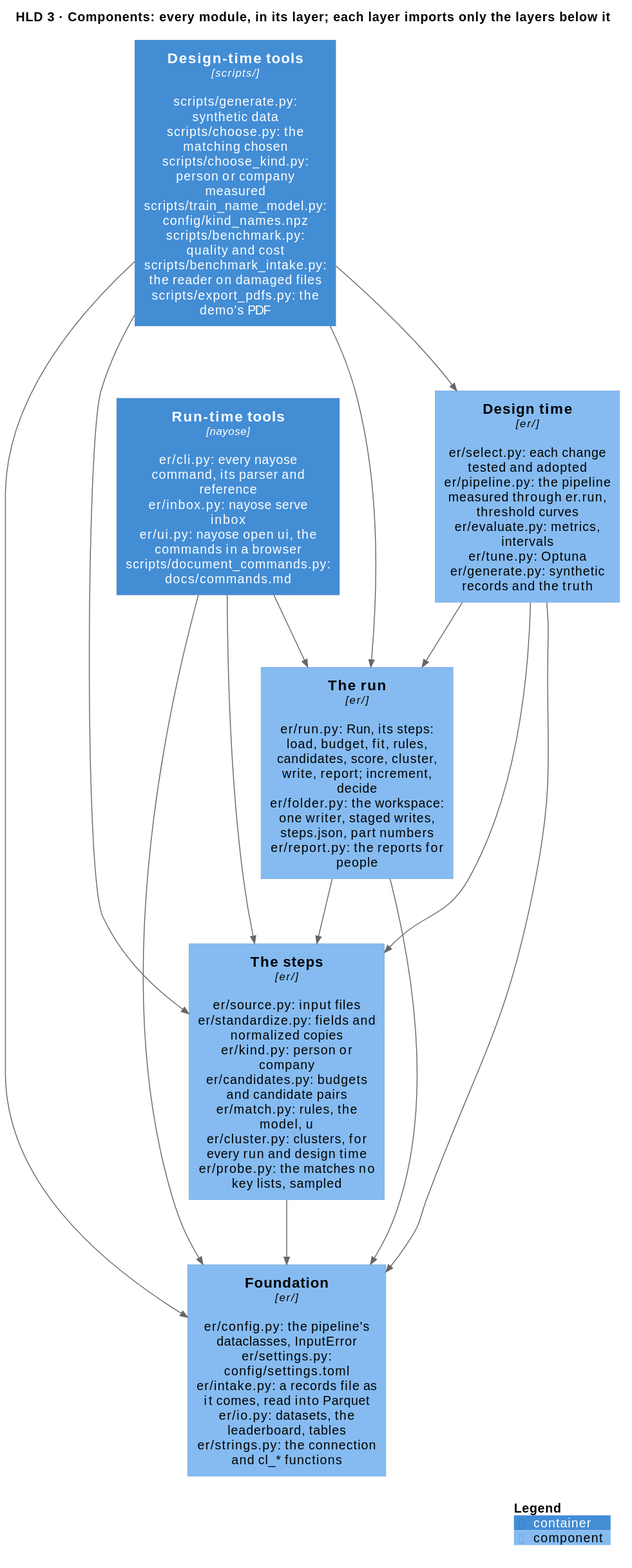
Above: docs/diagrams/components.svg in mvsbm/entity_matching (PlantUML), before the change.
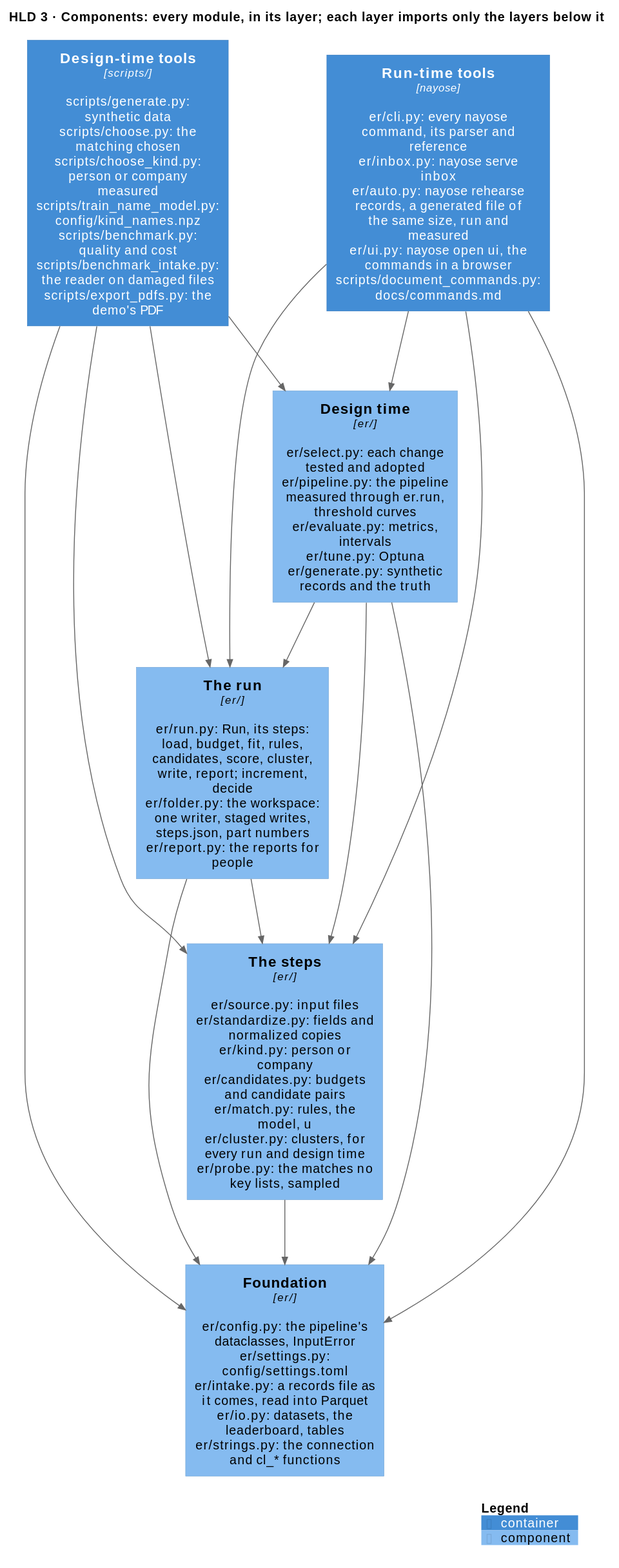
The same diagram one commit later.

The edit, as a diff of the source:
```diff
@@ -4,7 +4,7 @@
 HIDE_STEREOTYPE()
 title HLD 3 · Components: every module, in its layer; each layer imports only the layers below it
 
-Container(tools_run, "Run-time tools", "nayose", "er/cli.py: every nayose command, its parser and reference\ner/inbox.py: nayose serve inbox\ner/ui.py: nayose open ui, the commands in a browser\nscripts/document_commands.py: docs/commands.md")
+Container(tools_run, "Run-time tools", "nayose", "er/cli.py: every nayose command, its parser and reference\ner/inbox.py: nayose serve inbox\ner/auto.py: nayose rehearse records, a generated file of the same size, run and measured\ner/ui.py: nayose open ui, the commands in a browser\nscripts/document_commands.py: docs/commands.md")
 Container(tools_design, "Design-time tools", "scripts/", "scripts/generate.py: synthetic data\nscripts/choose.py: the matching chosen\nscripts/choose_kind.py: person or company measured\nscripts/train_name_model.py: config/kind_names.npz\nscripts/benchmark.py: quality and cost\nscripts/benchmark_intake.py: the reader on damaged files\nscripts/export_pdfs.py: the demo's PDF")
 
 Component(run, "The run", "er/", "er/run.py: Run, its steps: load, budget, fit, rules, candidates, score, cluster, write, report; increment, decide\ner/folder.py: the workspace: one writer, staged writes, steps.json, part numbers\ner/report.py: the reports for people")
@@ -15,6 +15,7 @@
 Rel_D(tools_run, run, "")
 Rel_D(tools_run, steps, "")
 Rel_D(tools_run, configuration, "")
+Rel_D(tools_run, design, "")
 Rel_D(tools_design, run, "")
 Rel_D(tools_design, design, "")
 Rel_D(tools_design, steps, "")
```
